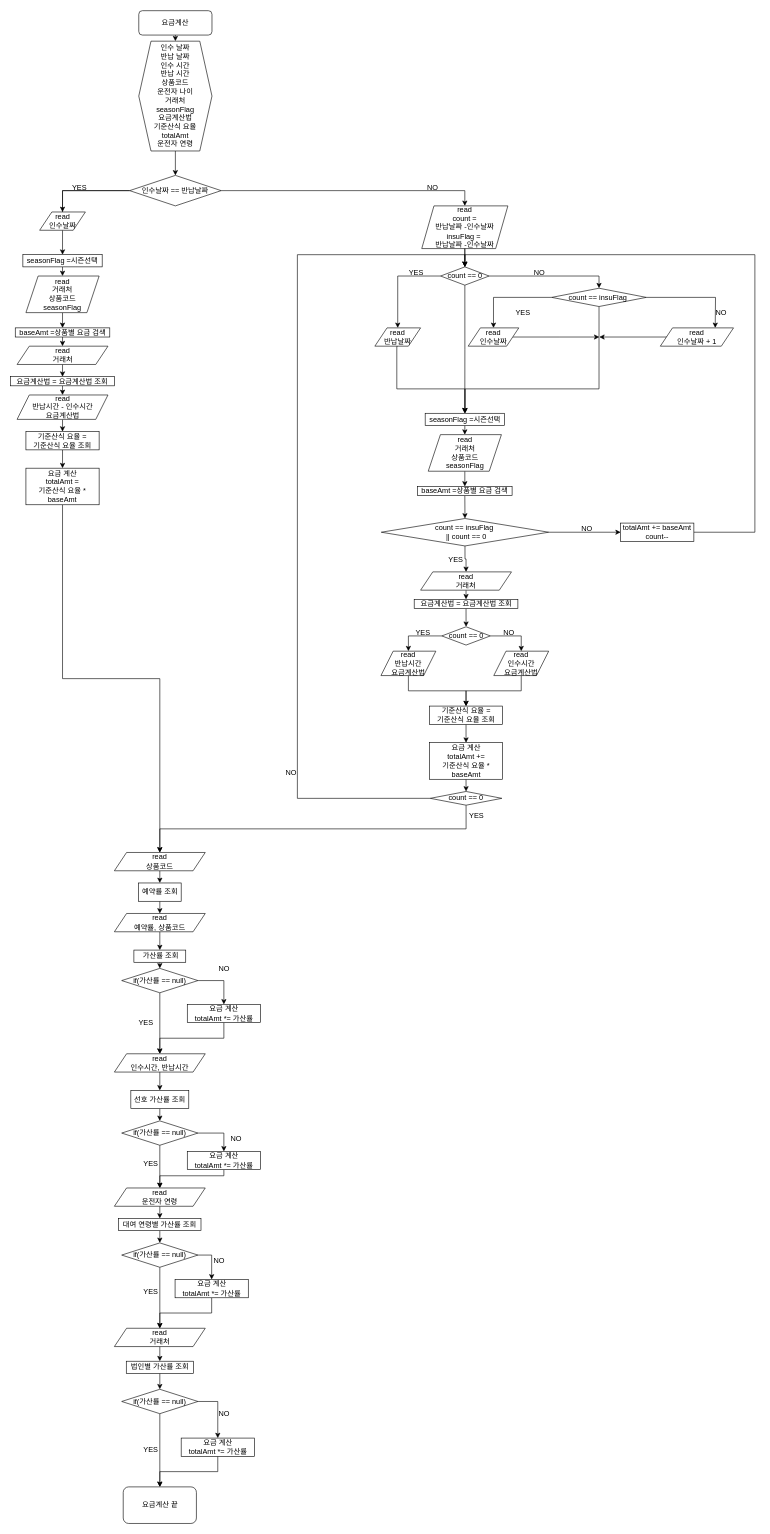
nsnnsn12/TestProject keeps this draw.io diagram as AmtCalc.drawio. Above is the earlier version. Source tidied: cells renumbered, new cells numbered last; positions are measured from the earlier drawing's top-left corner, leaving out a move shared by most shapes. Both pictures are drawn from the tidied source at 61%, with x=0, y=0 at pixel (10, 10).
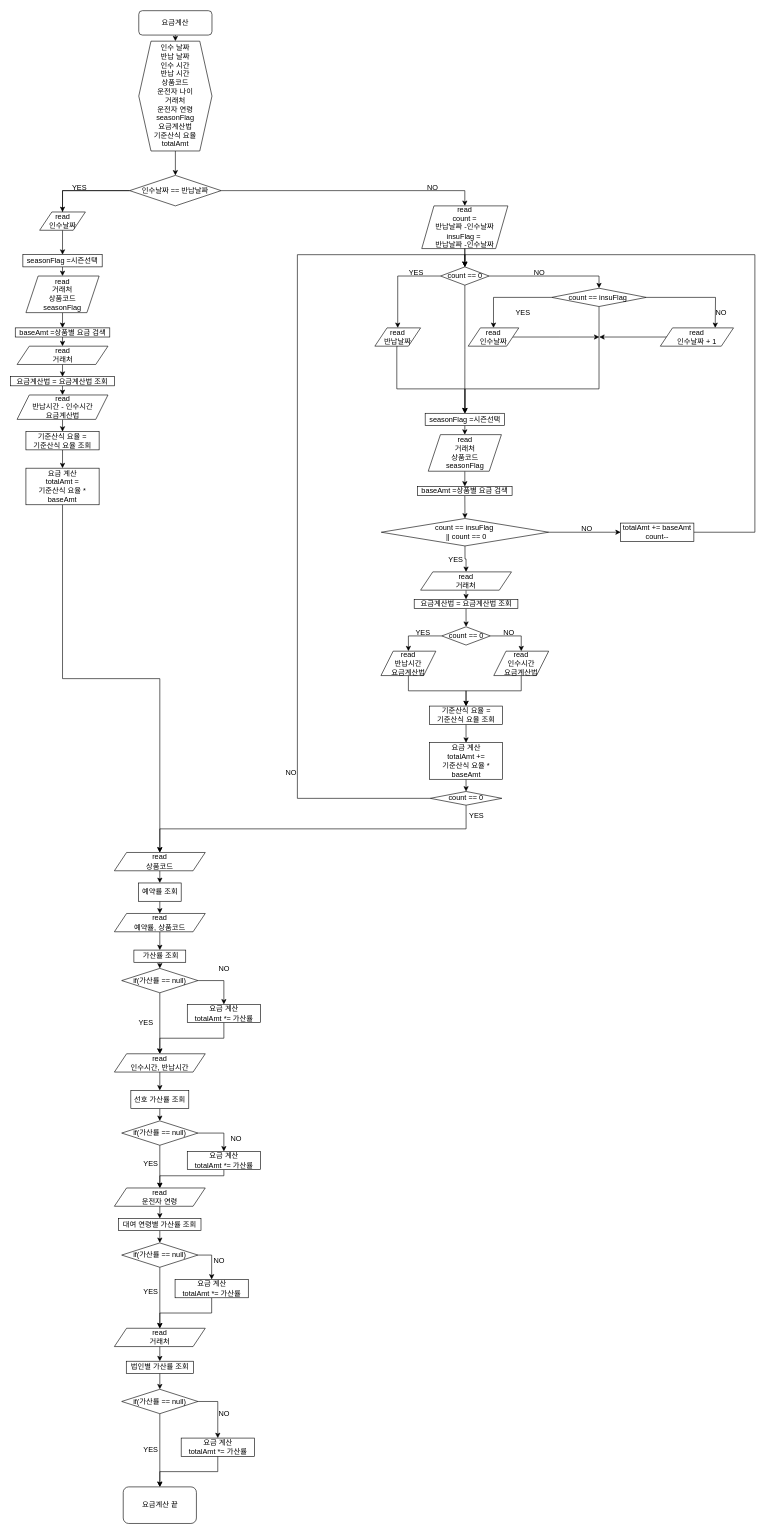
Above is the later version.

Change to the diagram source:
```diff
@@
-    <mxCell id="5" value="인수 날짜&lt;br&gt;반납 날짜&lt;br&gt;인수 시간&lt;br&gt;반납 시간&lt;br&gt;상품코드&lt;br&gt;운전자 나이&lt;br&gt;거래처&lt;br&gt;seasonFlag&lt;br&gt;요금계산법&lt;br&gt;기준산식 요율&lt;br&gt;totalAmt&lt;br&gt;운전자 연령" style="shape=hexagon;perimeter=hexagonPerimeter2;whiteSpace=wrap;html=1;fixedSize=1;" parent="1" vertex="1">
+    <mxCell id="5" value="인수 날짜&lt;br&gt;반납 날짜&lt;br&gt;인수 시간&lt;br&gt;반납 시간&lt;br&gt;상품코드&lt;br&gt;운전자 나이&lt;br&gt;거래처&lt;br&gt;운전자 연령&lt;br&gt;seasonFlag&lt;br&gt;요금계산법&lt;br&gt;기준산식 요율&lt;br&gt;totalAmt" style="shape=hexagon;perimeter=hexagonPerimeter2;whiteSpace=wrap;html=1;fixedSize=1;" parent="1" vertex="1">
       <mxGeometry x="210" y="50" width="120" height="180" as="geometry" />
     </mxCell>
```
